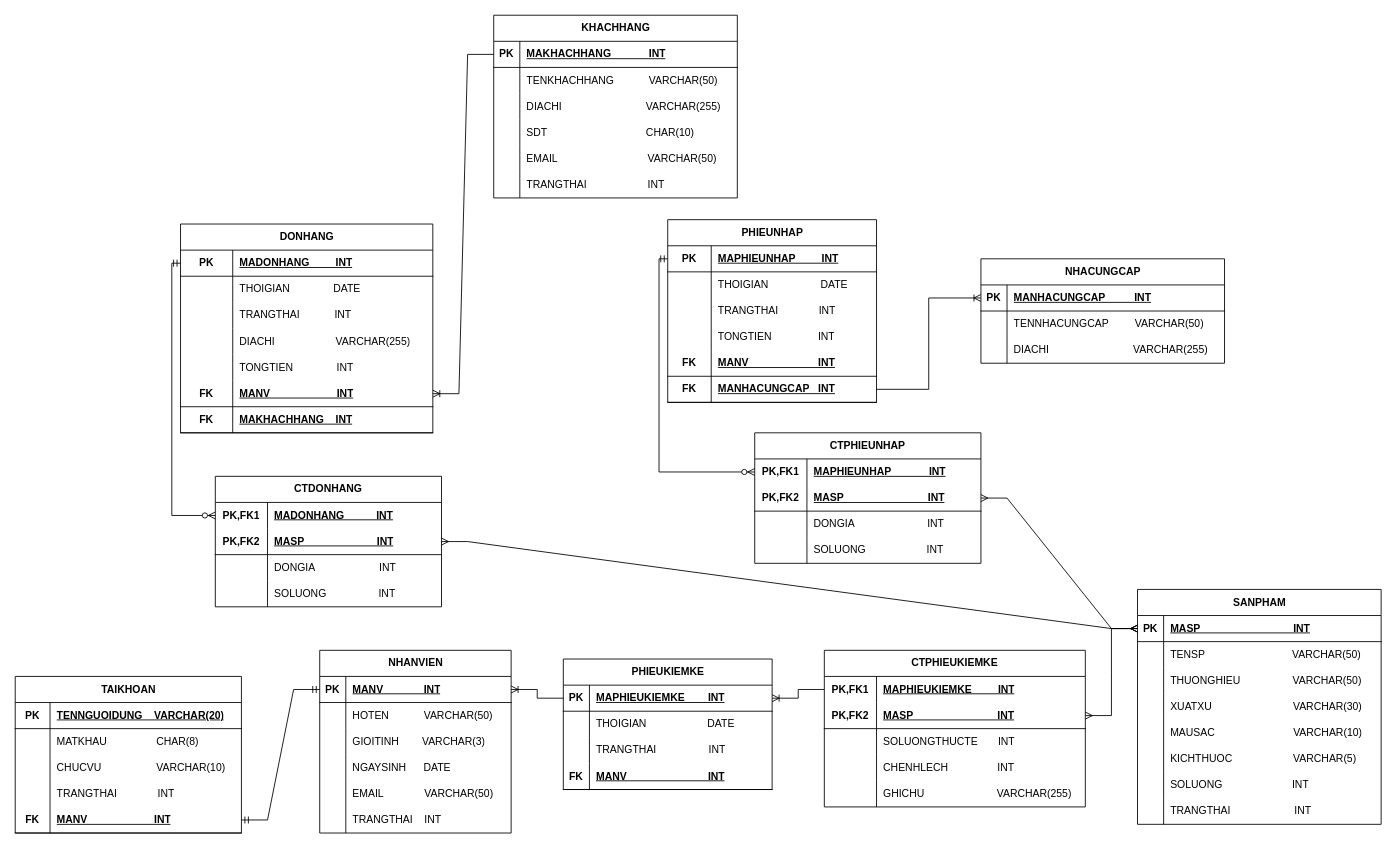
This is erd/quanlycuahangbanquanao.drawio from nvkdzvcl/Project_Java, a draw.io file, before an edit. Source tidied: cells renumbered, new cells numbered last; positions are measured from the earlier drawing's top-left corner, leaving out a move shared by most shapes. Both pictures are drawn from the tidied source at 87%, with x=0, y=0 at pixel (15, 15).
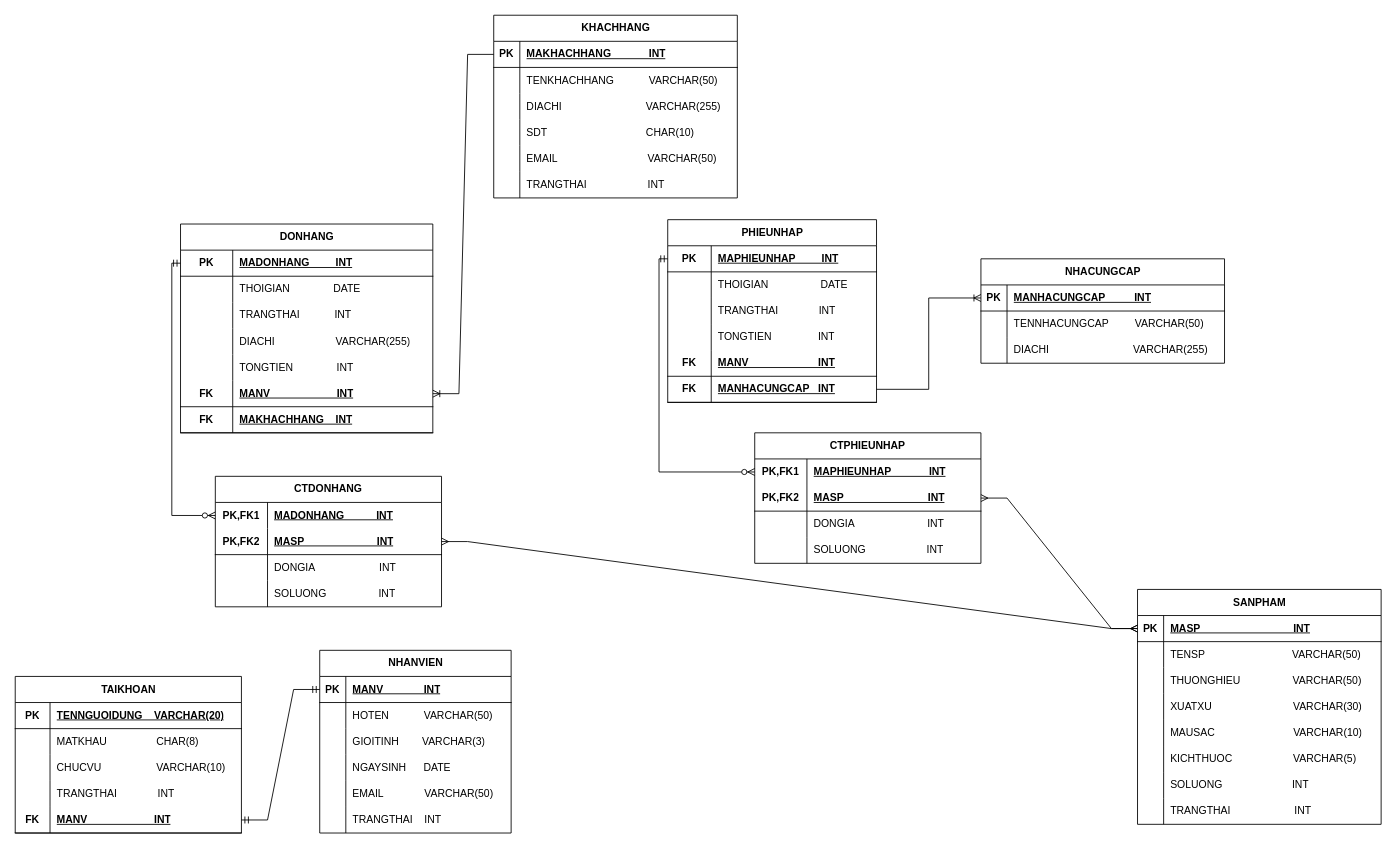
After the change.

Commit message (it also covers changes not shown here):
Xoá PHIEUKIEMKE trong DB

Unchanged cells that the change refers to:
```xml
<mxCell id="3" style="shape=tableRow;horizontal=0;startSize=0;swimlaneHead=0;swimlaneBody=0;fillColor=none;points=[[0,0.5],[1,0.5]];portConstraint=eastwest;top=0;left=0;right=0;bottom=1;" parent="2" vertex="1">
  <mxGeometry y="30" width="220" height="30" as="geometry" />
</mxCell>
<mxCell id="80" style="shape=tableRow;horizontal=0;startSize=0;swimlaneHead=0;swimlaneBody=0;fillColor=none;points=[[0,0.5],[1,0.5]];portConstraint=eastwest;top=0;left=0;right=0;bottom=1;" parent="79" vertex="1">
  <mxGeometry y="30" width="280" height="30" as="geometry" />
</mxCell>
```

Change to the diagram source:
```diff
@@
-    <mxCell id="21" value="PHIEUKIEMKE" style="shape=table;startSize=30;childLayout=tableLayout;rowLines=0;fontStyle=1;align=center;html=1;" parent="1" vertex="1">
-      <mxGeometry x="630" y="740" width="240" height="150" as="geometry" />
-    </mxCell>
-    <mxCell id="22" style="shape=tableRow;horizontal=0;startSize=0;swimlaneHead=0;swimlaneBody=0;fillColor=none;points=[[0,0.5],[1,0.5]];portConstraint=eastwest;top=0;left=0;right=0;bottom=1;" parent="21" vertex="1">
-      <mxGeometry y="30" width="240" height="30" as="geometry" />
-    </mxCell>
-    <mxCell id="23" value="PK" style="shape=partialRectangle;fillColor=none;top=0;left=0;bottom=0;right=0;fontStyle=1;overflow=hidden;whiteSpace=wrap;html=1;" parent="22" vertex="1">
-      <mxGeometry width="30" height="30" as="geometry" />
-    </mxCell>
-    <mxCell id="24" value="MAPHIEUKIEMKE&amp;nbsp; &amp;nbsp; &amp;nbsp; &amp;nbsp; INT" style="shape=partialRectangle;fillColor=none;top=0;left=0;bottom=0;right=0;align=left;spacingLeft=6;fontStyle=5;overflow=hidden;whiteSpace=wrap;html=1;" parent="22" vertex="1">
-      <mxGeometry x="30" width="210" height="30" as="geometry" />
-    </mxCell>
-    <mxCell id="25" style="shape=tableRow;horizontal=0;startSize=0;swimlaneHead=0;swimlaneBody=0;fillColor=none;top=0;left=0;right=0;bottom=0;" parent="21" vertex="1">
-      <mxGeometry y="60" width="240" height="30" as="geometry" />
-    </mxCell>
-    <mxCell id="26" style="shape=partialRectangle;fillColor=none;top=0;left=0;bottom=0;right=0;overflow=hidden;whiteSpace=wrap;html=1;" parent="25" vertex="1">
-      <mxGeometry width="30" height="30" as="geometry" />
-    </mxCell>
-    <mxCell id="27" value="THOIGIAN&amp;nbsp; &amp;nbsp; &amp;nbsp; &amp;nbsp; &amp;nbsp; &amp;nbsp; &amp;nbsp; &amp;nbsp; &amp;nbsp; &amp;nbsp; &amp;nbsp;DATE" style="shape=partialRectangle;fillColor=none;top=0;left=0;bottom=0;right=0;align=left;spacingLeft=6;overflow=hidden;whiteSpace=wrap;html=1;" parent="25" vertex="1">
-      <mxGeometry x="30" width="210" height="30" as="geometry" />
-    </mxCell>
-    <mxCell id="28" style="shape=tableRow;horizontal=0;startSize=0;swimlaneHead=0;swimlaneBody=0;fillColor=none;top=0;left=0;right=0;bottom=0;" parent="21" vertex="1">
-      <mxGeometry y="90" width="240" height="30" as="geometry" />
-    </mxCell>
-    <mxCell id="29" style="shape=partialRectangle;fillColor=none;top=0;left=0;bottom=0;right=0;overflow=hidden;whiteSpace=wrap;html=1;" parent="28" vertex="1">
-      <mxGeometry width="30" height="30" as="geometry" />
-    </mxCell>
-    <mxCell id="30" value="TRANGTHAI&amp;nbsp; &amp;nbsp; &amp;nbsp; &amp;nbsp; &amp;nbsp; &amp;nbsp; &amp;nbsp; &amp;nbsp; &amp;nbsp; INT" style="shape=partialRectangle;fillColor=none;top=0;left=0;bottom=0;right=0;align=left;spacingLeft=6;overflow=hidden;whiteSpace=wrap;html=1;" parent="28" vertex="1">
-      <mxGeometry x="30" width="210" height="30" as="geometry" />
-    </mxCell>
-    <mxCell id="31" style="shape=tableRow;horizontal=0;startSize=0;swimlaneHead=0;swimlaneBody=0;fillColor=none;top=0;left=0;right=0;bottom=1;" parent="21" vertex="1">
-      <mxGeometry y="120" width="240" height="30" as="geometry" />
-    </mxCell>
-    <mxCell id="32" value="FK" style="shape=partialRectangle;fillColor=none;top=0;left=0;bottom=0;right=0;fontStyle=1;overflow=hidden;whiteSpace=wrap;html=1;" parent="31" vertex="1">
-      <mxGeometry width="30" height="30" as="geometry" />
-    </mxCell>
-    <mxCell id="33" value="MANV&amp;nbsp; &amp;nbsp; &amp;nbsp; &amp;nbsp; &amp;nbsp; &amp;nbsp; &amp;nbsp; &amp;nbsp; &amp;nbsp; &amp;nbsp; &amp;nbsp; &amp;nbsp; &amp;nbsp; &amp;nbsp; INT" style="shape=partialRectangle;fillColor=none;top=0;left=0;bottom=0;right=0;align=left;spacingLeft=6;fontStyle=5;overflow=hidden;whiteSpace=wrap;html=1;" parent="31" vertex="1">
-      <mxGeometry x="30" width="210" height="30" as="geometry" />
-    </mxCell>
-    <mxCell id="34" value="CTPHIEUKIEMKE" style="shape=table;startSize=30;childLayout=tableLayout;rowLines=0;fontStyle=1;align=center;html=1;whiteSpace=wrap;" parent="1" vertex="1">
-      <mxGeometry x="930" y="730" width="300" height="180" as="geometry" />
-    </mxCell>
-    <mxCell id="35" style="shape=tableRow;horizontal=0;startSize=0;swimlaneHead=0;swimlaneBody=0;fillColor=none;points=[[0,0.5],[1,0.5]];portConstraint=eastwest;top=0;left=0;right=0;bottom=0;html=1;" parent="34" vertex="1">
-      <mxGeometry y="30" width="300" height="30" as="geometry" />
-    </mxCell>
-    <mxCell id="36" value="PK,FK1" style="shape=partialRectangle;fillColor=none;top=0;left=0;bottom=0;right=0;fontStyle=1;overflow=hidden;html=1;whiteSpace=wrap;" parent="35" vertex="1">
-      <mxGeometry width="60" height="30" as="geometry" />
-    </mxCell>
-    <mxCell id="37" value="MAPHIEUKIEMKE&amp;nbsp; &amp;nbsp; &amp;nbsp; &amp;nbsp; &amp;nbsp;INT" style="shape=partialRectangle;fillColor=none;top=0;left=0;bottom=0;right=0;align=left;spacingLeft=6;fontStyle=5;overflow=hidden;html=1;whiteSpace=wrap;" parent="35" vertex="1">
-      <mxGeometry x="60" width="240" height="30" as="geometry" />
-    </mxCell>
-    <mxCell id="38" style="shape=tableRow;horizontal=0;startSize=0;swimlaneHead=0;swimlaneBody=0;fillColor=none;points=[[0,0.5],[1,0.5]];portConstraint=eastwest;top=0;left=0;right=0;bottom=1;html=1;" parent="34" vertex="1">
-      <mxGeometry y="60" width="300" height="30" as="geometry" />
-    </mxCell>
-    <mxCell id="39" value="PK,FK2" style="shape=partialRectangle;fillColor=none;top=0;left=0;bottom=0;right=0;fontStyle=1;overflow=hidden;html=1;whiteSpace=wrap;" parent="38" vertex="1">
-      <mxGeometry width="60" height="30" as="geometry" />
-    </mxCell>
-    <mxCell id="40" value="MASP&amp;nbsp; &amp;nbsp; &amp;nbsp; &amp;nbsp; &amp;nbsp; &amp;nbsp; &amp;nbsp; &amp;nbsp; &amp;nbsp; &amp;nbsp; &amp;nbsp; &amp;nbsp; &amp;nbsp; &amp;nbsp; &amp;nbsp;INT" style="shape=partialRectangle;fillColor=none;top=0;left=0;bottom=0;right=0;align=left;spacingLeft=6;fontStyle=5;overflow=hidden;html=1;whiteSpace=wrap;" parent="38" vertex="1">
-      <mxGeometry x="60" width="240" height="30" as="geometry" />
-    </mxCell>
-    <mxCell id="41" style="shape=tableRow;horizontal=0;startSize=0;swimlaneHead=0;swimlaneBody=0;fillColor=none;top=0;left=0;right=0;bottom=0;html=1;" parent="34" vertex="1">
-      <mxGeometry y="90" width="300" height="30" as="geometry" />
-    </mxCell>
-    <mxCell id="42" style="shape=partialRectangle;fillColor=none;top=0;left=0;bottom=0;right=0;overflow=hidden;html=1;whiteSpace=wrap;" parent="41" vertex="1">
-      <mxGeometry width="60" height="30" as="geometry" />
-    </mxCell>
-    <mxCell id="43" value="SOLUONGTHUCTE&amp;nbsp; &amp;nbsp; &amp;nbsp; &amp;nbsp;INT" style="shape=partialRectangle;fillColor=none;top=0;left=0;bottom=0;right=0;align=left;spacingLeft=6;overflow=hidden;html=1;whiteSpace=wrap;" parent="41" vertex="1">
-      <mxGeometry x="60" width="240" height="30" as="geometry" />
-    </mxCell>
-    <mxCell id="44" style="shape=tableRow;horizontal=0;startSize=0;swimlaneHead=0;swimlaneBody=0;fillColor=none;top=0;left=0;right=0;bottom=0;html=1;" parent="34" vertex="1">
-      <mxGeometry y="120" width="300" height="30" as="geometry" />
-    </mxCell>
-    <mxCell id="45" style="shape=partialRectangle;fillColor=none;top=0;left=0;bottom=0;right=0;overflow=hidden;html=1;whiteSpace=wrap;" parent="44" vertex="1">
-      <mxGeometry width="60" height="30" as="geometry" />
-    </mxCell>
-    <mxCell id="46" value="CHENHLECH&amp;nbsp; &amp;nbsp; &amp;nbsp; &amp;nbsp; &amp;nbsp; &amp;nbsp; &amp;nbsp; &amp;nbsp; &amp;nbsp;INT" style="shape=partialRectangle;fillColor=none;top=0;left=0;bottom=0;right=0;align=left;spacingLeft=6;overflow=hidden;html=1;whiteSpace=wrap;" parent="44" vertex="1">
-      <mxGeometry x="60" width="240" height="30" as="geometry" />
-    </mxCell>
-    <mxCell id="47" style="shape=tableRow;horizontal=0;startSize=0;swimlaneHead=0;swimlaneBody=0;fillColor=none;top=0;left=0;right=0;bottom=0;html=1;" parent="34" vertex="1">
-      <mxGeometry y="150" width="300" height="30" as="geometry" />
-    </mxCell>
-    <mxCell id="48" style="shape=partialRectangle;fillColor=none;top=0;left=0;bottom=0;right=0;overflow=hidden;html=1;whiteSpace=wrap;" parent="47" vertex="1">
-      <mxGeometry width="60" height="30" as="geometry" />
-    </mxCell>
-    <mxCell id="49" value="GHICHU&amp;nbsp; &amp;nbsp; &amp;nbsp; &amp;nbsp; &amp;nbsp; &amp;nbsp; &amp;nbsp; &amp;nbsp; &amp;nbsp; &amp;nbsp; &amp;nbsp; &amp;nbsp; &amp;nbsp;VARCHAR(255)" style="shape=partialRectangle;fillColor=none;top=0;left=0;bottom=0;right=0;align=left;spacingLeft=6;overflow=hidden;html=1;whiteSpace=wrap;" parent="47" vertex="1">
-      <mxGeometry x="60" width="240" height="30" as="geometry" />
-    </mxCell>
@@
-    <mxCell id="105" style="edgeStyle=entityRelationEdgeStyle;fontSize=12;html=1;endArrow=ERoneToMany;rounded=0;entryX=1;entryY=0.5;entryDx=0;entryDy=0;exitX=0;exitY=0.5;exitDx=0;exitDy=0;" parent="1" edge="1" source="22" target="3">
-      <mxGeometry relative="1" as="geometry" />
-    </mxCell>
@@
-    <mxCell id="107" style="edgeStyle=entityRelationEdgeStyle;fontSize=12;html=1;endArrow=ERmany;startArrow=ERmany;rounded=0;entryX=0;entryY=0.5;entryDx=0;entryDy=0;exitX=1;exitY=0.5;exitDx=0;exitDy=0;" parent="1" edge="1" source="38" target="80">
-      <mxGeometry relative="1" as="geometry" />
-    </mxCell>
-    <mxCell id="108" style="edgeStyle=entityRelationEdgeStyle;fontSize=12;html=1;endArrow=ERoneToMany;rounded=0;entryX=1;entryY=0.5;entryDx=0;entryDy=0;exitX=0;exitY=0.5;exitDx=0;exitDy=0;" parent="1" edge="1" source="35" target="22">
-      <mxGeometry relative="1" as="geometry" />
-    </mxCell>
```
